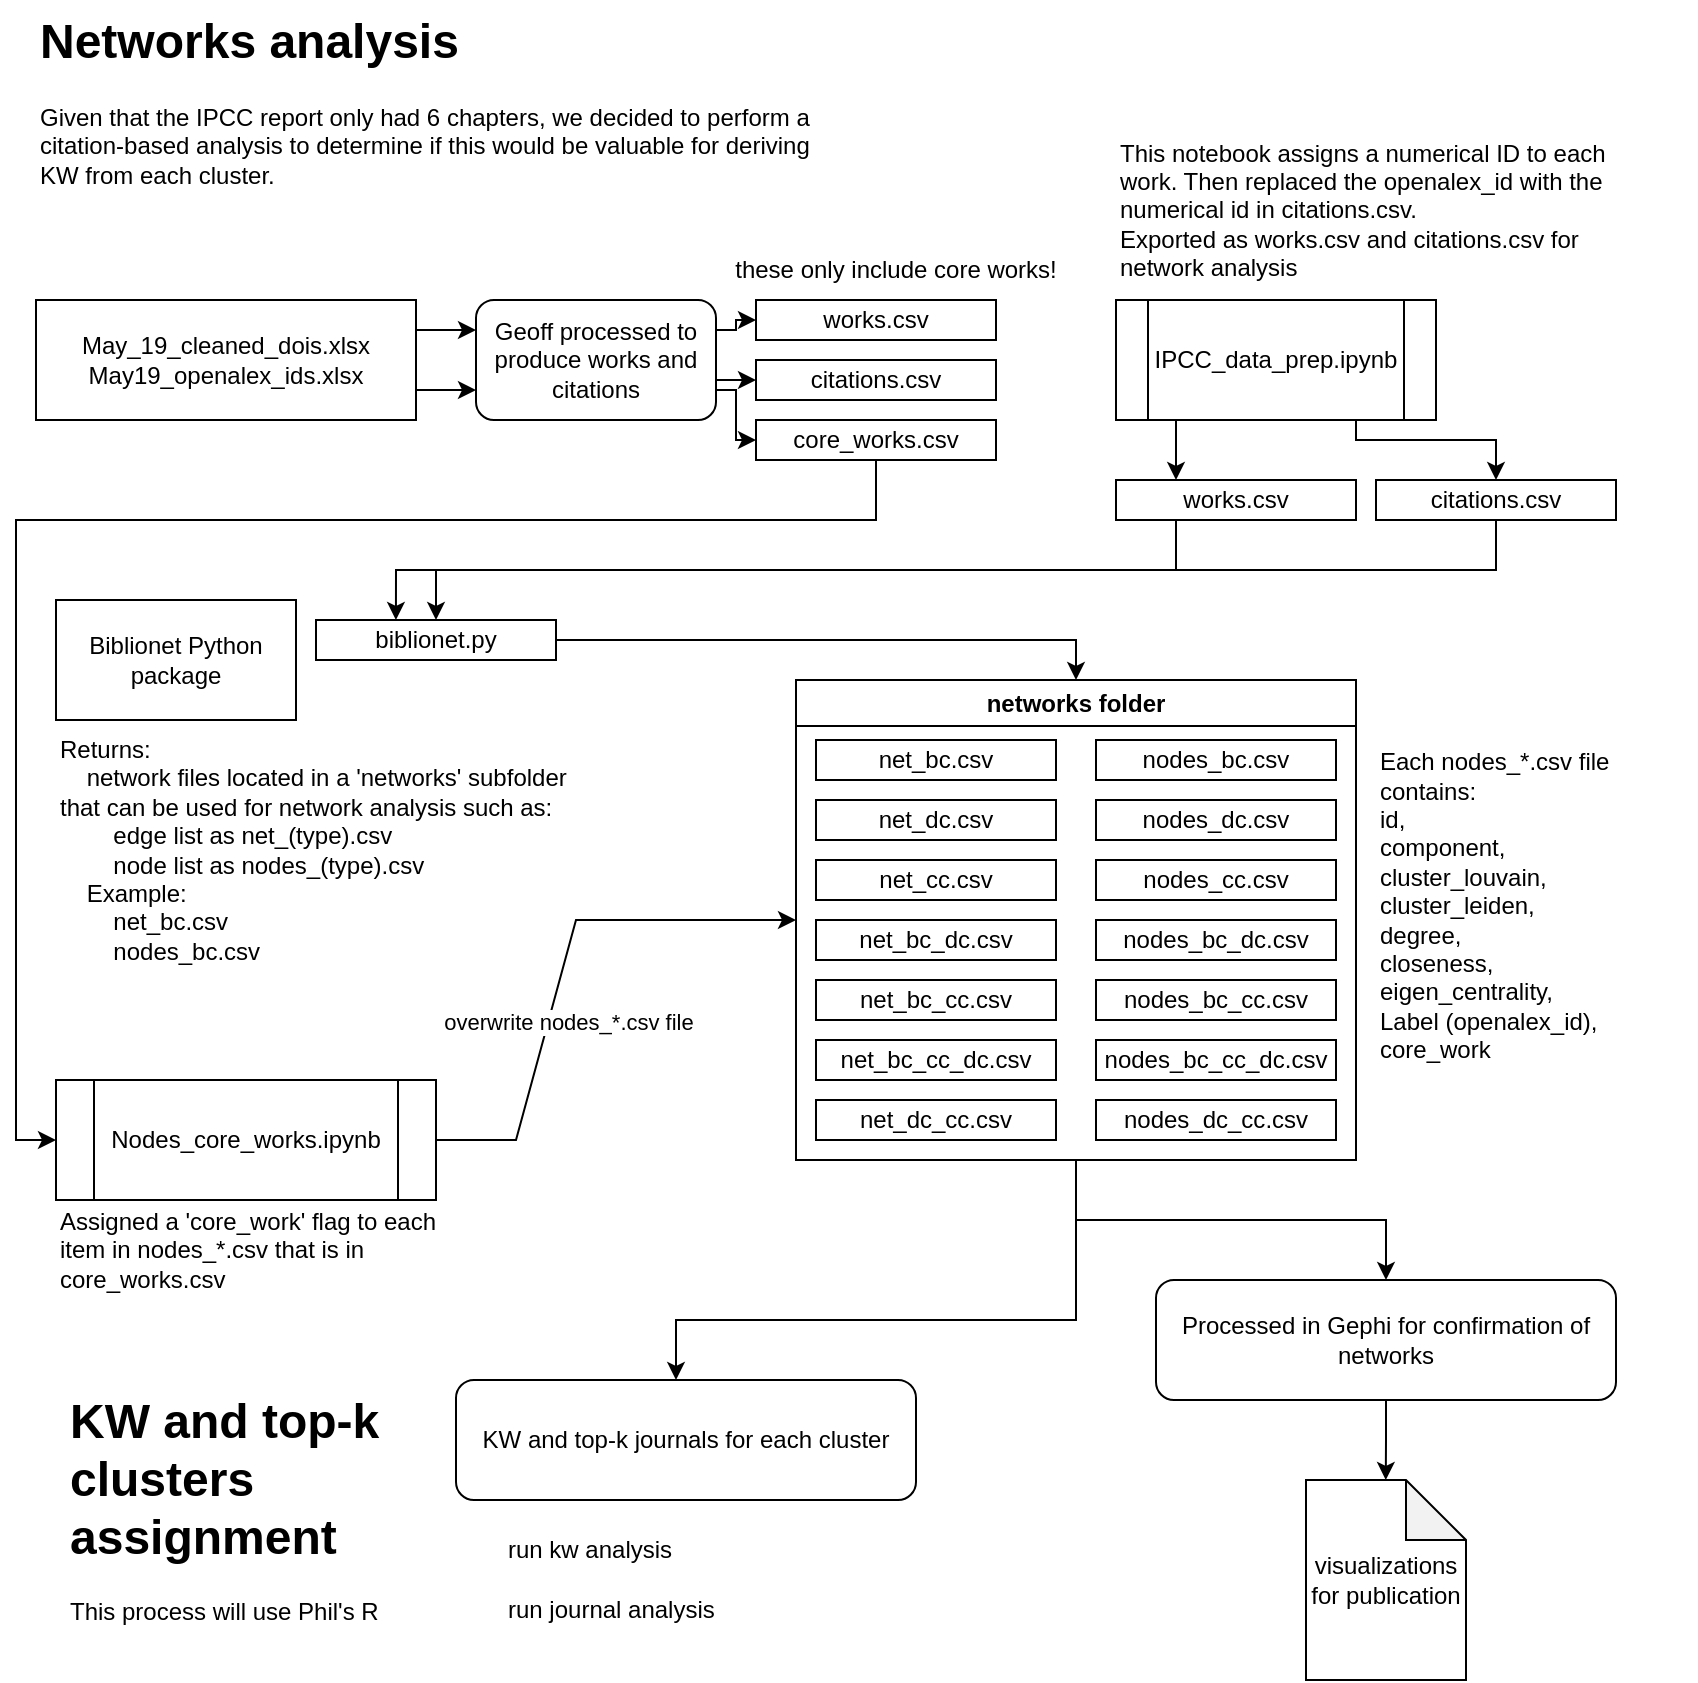
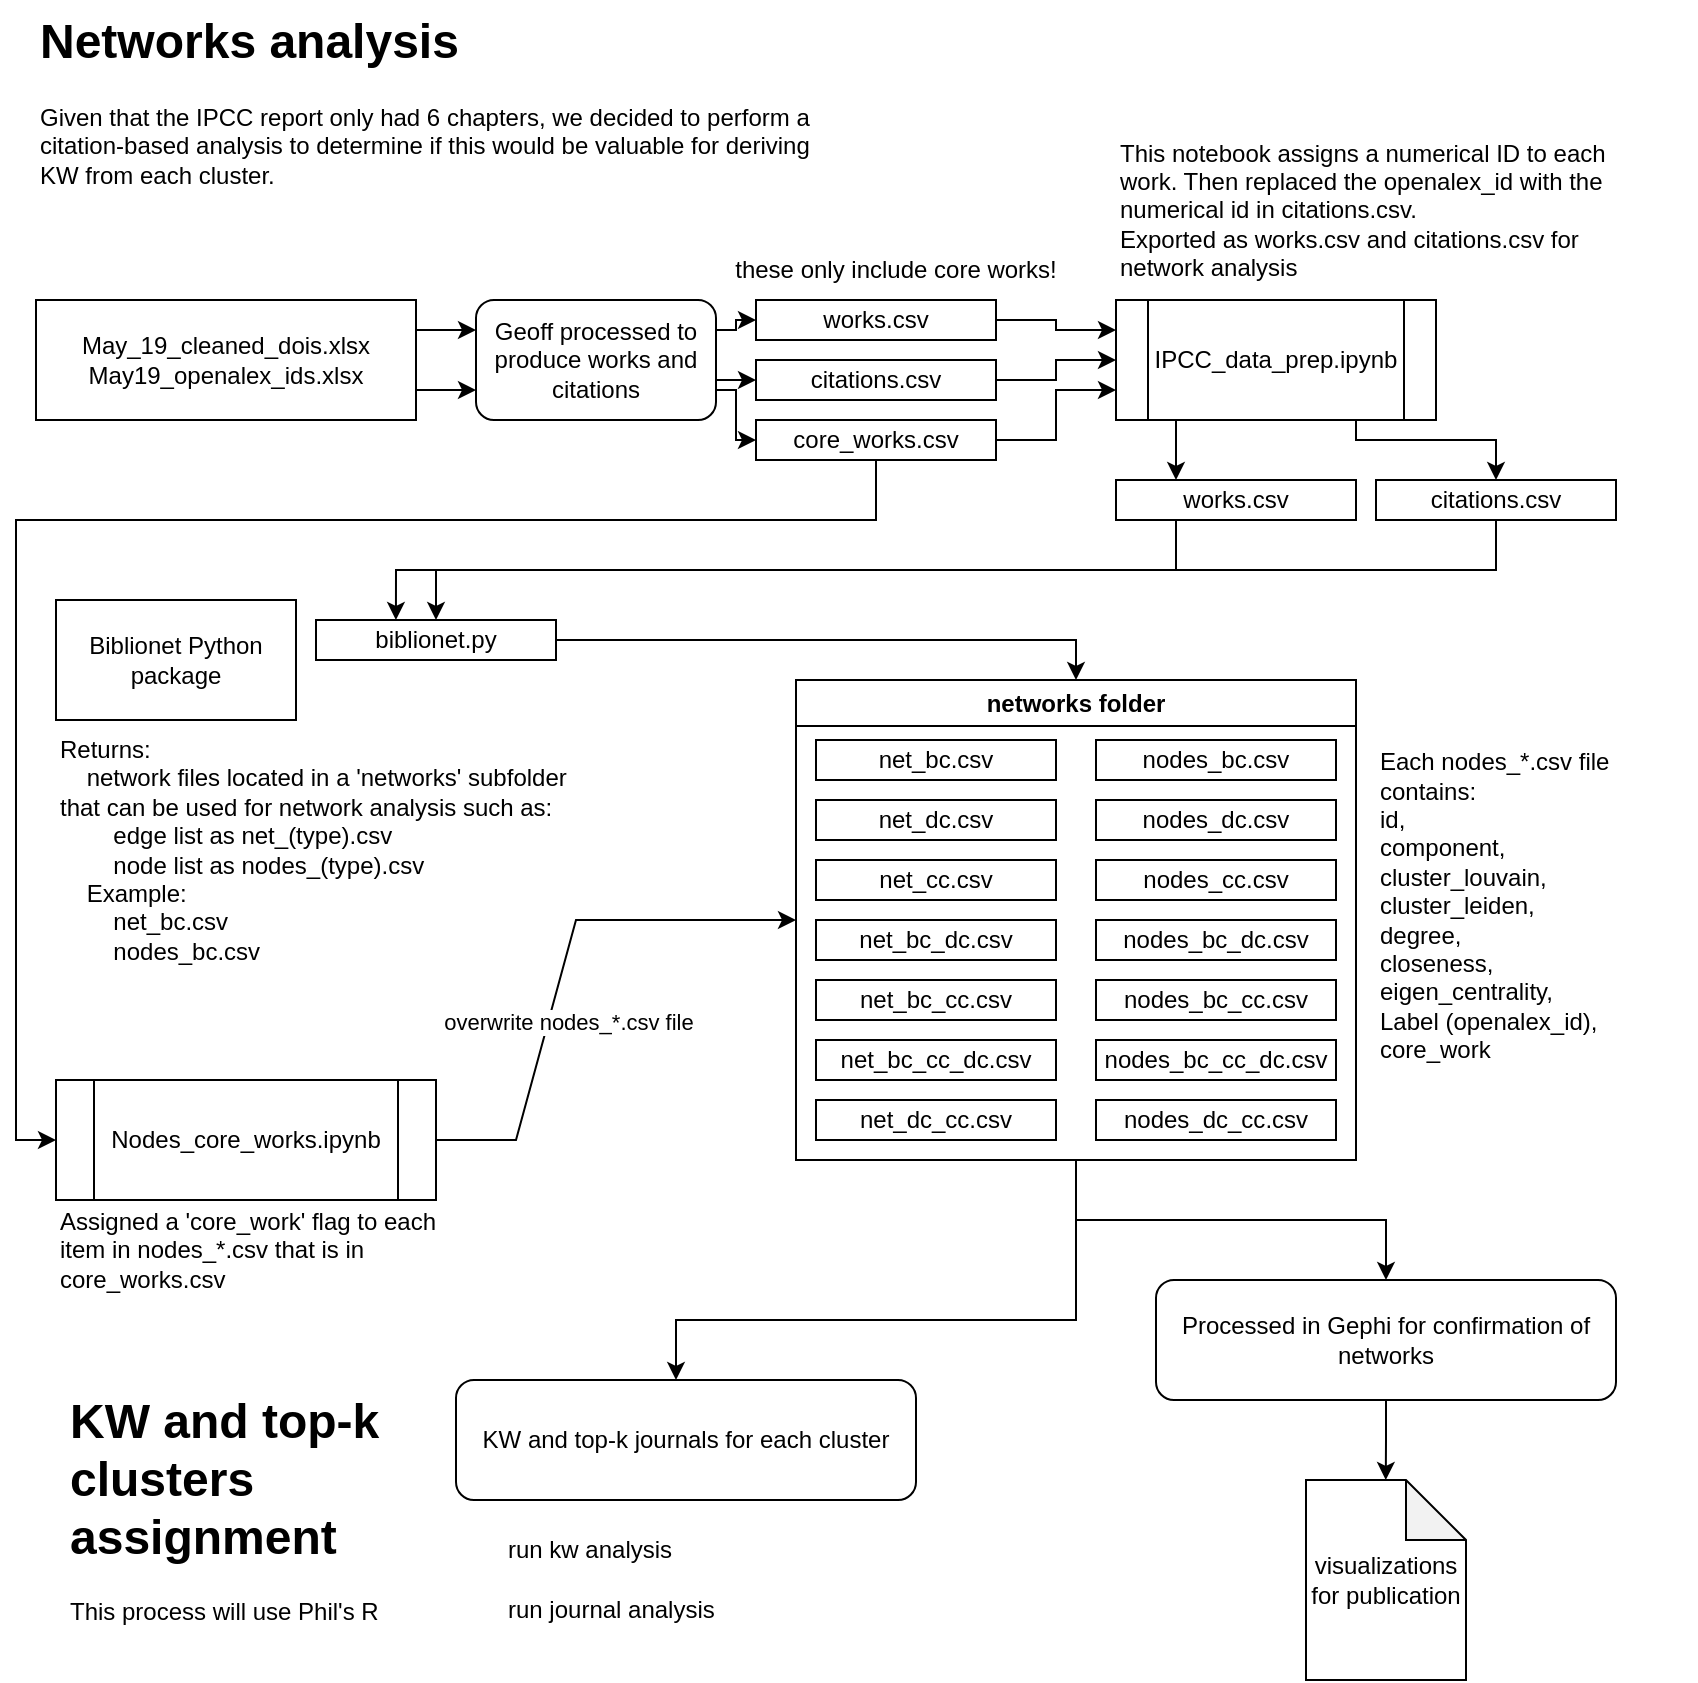
<mxfile host="Electron" agent="Mozilla/5.0 (Macintosh; Intel Mac OS X 10_15_7) AppleWebKit/537.36 (KHTML, like Gecko) draw.io/25.0.2 Chrome/128.0.6613.186 Electron/32.2.5 Safari/537.36" version="25.0.2">
  <diagram name="Page-1" id="7PPhIE9c90dEtfD6eno7">
    <mxGraphModel dx="933" dy="729" grid="1" gridSize="10" guides="1" tooltips="1" connect="1" arrows="1" fold="1" page="1" pageScale="1" pageWidth="850" pageHeight="1100" math="0" shadow="0">
      <root>
        <mxCell id="0" />
        <mxCell id="1" parent="0" />
        <mxCell id="VjWokFepoS9yRtcOV1PZ-1" value="&lt;h1 style=&quot;margin-top: 0px;&quot;&gt;Networks analysis&lt;/h1&gt;&lt;div&gt;Given that the IPCC report only had 6 chapters, we decided to perform a citation-based analysis to determine if this would be valuable for deriving KW from each cluster.&amp;nbsp;&lt;/div&gt;" style="text;html=1;whiteSpace=wrap;overflow=hidden;rounded=0;" parent="1" vertex="1">
          <mxGeometry x="30" y="40" width="390" height="110" as="geometry" />
        </mxCell>
        <mxCell id="VjWokFepoS9yRtcOV1PZ-5" style="edgeStyle=orthogonalEdgeStyle;rounded=0;orthogonalLoop=1;jettySize=auto;html=1;exitX=1;exitY=0.25;exitDx=0;exitDy=0;entryX=0;entryY=0.25;entryDx=0;entryDy=0;" parent="1" source="VjWokFepoS9yRtcOV1PZ-2" target="VjWokFepoS9yRtcOV1PZ-4" edge="1">
          <mxGeometry relative="1" as="geometry" />
        </mxCell>
        <mxCell id="VjWokFepoS9yRtcOV1PZ-2" value="May_19_cleaned_dois.xlsx&lt;div&gt;May19_openalex_ids.xlsx&lt;/div&gt;" style="rounded=0;whiteSpace=wrap;html=1;" parent="1" vertex="1">
          <mxGeometry x="30" y="190" width="190" height="60" as="geometry" />
        </mxCell>
        <mxCell id="VjWokFepoS9yRtcOV1PZ-44" style="edgeStyle=orthogonalEdgeStyle;rounded=0;orthogonalLoop=1;jettySize=auto;html=1;exitX=1;exitY=0.25;exitDx=0;exitDy=0;entryX=0;entryY=0.5;entryDx=0;entryDy=0;" parent="1" source="VjWokFepoS9yRtcOV1PZ-4" target="VjWokFepoS9yRtcOV1PZ-7" edge="1">
          <mxGeometry relative="1" as="geometry">
            <Array as="points">
              <mxPoint x="380" y="205" />
              <mxPoint x="380" y="200" />
            </Array>
          </mxGeometry>
        </mxCell>
        <mxCell id="VjWokFepoS9yRtcOV1PZ-45" style="edgeStyle=orthogonalEdgeStyle;rounded=0;orthogonalLoop=1;jettySize=auto;html=1;exitX=1;exitY=0.5;exitDx=0;exitDy=0;entryX=0;entryY=0.5;entryDx=0;entryDy=0;" parent="1" source="VjWokFepoS9yRtcOV1PZ-4" target="VjWokFepoS9yRtcOV1PZ-14" edge="1">
          <mxGeometry relative="1" as="geometry">
            <Array as="points">
              <mxPoint x="290" y="220" />
              <mxPoint x="290" y="230" />
            </Array>
          </mxGeometry>
        </mxCell>
        <mxCell id="VjWokFepoS9yRtcOV1PZ-46" style="edgeStyle=orthogonalEdgeStyle;rounded=0;orthogonalLoop=1;jettySize=auto;html=1;exitX=1;exitY=0.75;exitDx=0;exitDy=0;entryX=0;entryY=0.5;entryDx=0;entryDy=0;" parent="1" source="VjWokFepoS9yRtcOV1PZ-4" target="VjWokFepoS9yRtcOV1PZ-9" edge="1">
          <mxGeometry relative="1" as="geometry">
            <Array as="points">
              <mxPoint x="380" y="235" />
              <mxPoint x="380" y="260" />
            </Array>
          </mxGeometry>
        </mxCell>
        <mxCell id="VjWokFepoS9yRtcOV1PZ-4" value="Geoff processed to produce works and citations" style="rounded=1;whiteSpace=wrap;html=1;" parent="1" vertex="1">
          <mxGeometry x="250" y="190" width="120" height="60" as="geometry" />
        </mxCell>
        <mxCell id="VjWokFepoS9yRtcOV1PZ-6" style="edgeStyle=orthogonalEdgeStyle;rounded=0;orthogonalLoop=1;jettySize=auto;html=1;exitX=1;exitY=0.75;exitDx=0;exitDy=0;entryX=0;entryY=0.75;entryDx=0;entryDy=0;" parent="1" source="VjWokFepoS9yRtcOV1PZ-2" target="VjWokFepoS9yRtcOV1PZ-4" edge="1">
          <mxGeometry relative="1" as="geometry" />
        </mxCell>
+         <mxCell id="FVwk7S1r--NpnZZFuCae-3" style="edgeStyle=orthogonalEdgeStyle;rounded=0;orthogonalLoop=1;jettySize=auto;html=1;exitX=1;exitY=0.5;exitDx=0;exitDy=0;entryX=0;entryY=0.25;entryDx=0;entryDy=0;" edge="1" parent="1" source="VjWokFepoS9yRtcOV1PZ-7" target="VjWokFepoS9yRtcOV1PZ-11">
+           <mxGeometry relative="1" as="geometry" />
+         </mxCell>
        <mxCell id="VjWokFepoS9yRtcOV1PZ-7" value="works.csv" style="rounded=0;whiteSpace=wrap;html=1;" parent="1" vertex="1">
          <mxGeometry x="390" y="190" width="120" height="20" as="geometry" />
        </mxCell>
        <mxCell id="VjWokFepoS9yRtcOV1PZ-21" style="edgeStyle=orthogonalEdgeStyle;rounded=0;orthogonalLoop=1;jettySize=auto;html=1;exitX=0.5;exitY=1;exitDx=0;exitDy=0;" parent="1" source="VjWokFepoS9yRtcOV1PZ-8" target="VjWokFepoS9yRtcOV1PZ-19" edge="1">
          <mxGeometry relative="1" as="geometry" />
        </mxCell>
        <mxCell id="VjWokFepoS9yRtcOV1PZ-8" value="citations.csv" style="rounded=0;whiteSpace=wrap;html=1;" parent="1" vertex="1">
          <mxGeometry x="700" y="280" width="120" height="20" as="geometry" />
        </mxCell>
        <mxCell id="VjWokFepoS9yRtcOV1PZ-43" style="edgeStyle=orthogonalEdgeStyle;rounded=0;orthogonalLoop=1;jettySize=auto;html=1;exitX=0.5;exitY=1;exitDx=0;exitDy=0;entryX=0;entryY=0.5;entryDx=0;entryDy=0;" parent="1" source="VjWokFepoS9yRtcOV1PZ-9" target="VjWokFepoS9yRtcOV1PZ-41" edge="1">
          <mxGeometry relative="1" as="geometry">
            <Array as="points">
              <mxPoint x="450" y="300" />
              <mxPoint x="20" y="300" />
              <mxPoint x="20" y="610" />
            </Array>
          </mxGeometry>
        </mxCell>
+         <mxCell id="FVwk7S1r--NpnZZFuCae-1" style="edgeStyle=orthogonalEdgeStyle;rounded=0;orthogonalLoop=1;jettySize=auto;html=1;exitX=1;exitY=0.5;exitDx=0;exitDy=0;entryX=0;entryY=0.75;entryDx=0;entryDy=0;" edge="1" parent="1" source="VjWokFepoS9yRtcOV1PZ-9" target="VjWokFepoS9yRtcOV1PZ-11">
+           <mxGeometry relative="1" as="geometry" />
+         </mxCell>
        <mxCell id="VjWokFepoS9yRtcOV1PZ-9" value="core_works.csv" style="rounded=0;whiteSpace=wrap;html=1;" parent="1" vertex="1">
          <mxGeometry x="390" y="250" width="120" height="20" as="geometry" />
        </mxCell>
        <mxCell id="VjWokFepoS9yRtcOV1PZ-10" value="these only include core works!" style="text;html=1;align=center;verticalAlign=middle;whiteSpace=wrap;rounded=0;" parent="1" vertex="1">
          <mxGeometry x="370" y="160" width="180" height="30" as="geometry" />
        </mxCell>
        <mxCell id="VjWokFepoS9yRtcOV1PZ-16" style="edgeStyle=orthogonalEdgeStyle;rounded=0;orthogonalLoop=1;jettySize=auto;html=1;exitX=0.25;exitY=1;exitDx=0;exitDy=0;entryX=0.25;entryY=0;entryDx=0;entryDy=0;" parent="1" source="VjWokFepoS9yRtcOV1PZ-11" target="VjWokFepoS9yRtcOV1PZ-13" edge="1">
          <mxGeometry relative="1" as="geometry" />
        </mxCell>
        <mxCell id="VjWokFepoS9yRtcOV1PZ-17" style="edgeStyle=orthogonalEdgeStyle;rounded=0;orthogonalLoop=1;jettySize=auto;html=1;exitX=0.75;exitY=1;exitDx=0;exitDy=0;entryX=0.5;entryY=0;entryDx=0;entryDy=0;" parent="1" source="VjWokFepoS9yRtcOV1PZ-11" target="VjWokFepoS9yRtcOV1PZ-8" edge="1">
          <mxGeometry relative="1" as="geometry">
            <Array as="points">
              <mxPoint x="690" y="260" />
              <mxPoint x="760" y="260" />
            </Array>
          </mxGeometry>
        </mxCell>
        <mxCell id="VjWokFepoS9yRtcOV1PZ-11" value="IPCC_data_prep.ipynb" style="shape=process;whiteSpace=wrap;html=1;backgroundOutline=1;" parent="1" vertex="1">
          <mxGeometry x="570" y="190" width="160" height="60" as="geometry" />
        </mxCell>
        <mxCell id="VjWokFepoS9yRtcOV1PZ-12" value="This notebook assigns a numerical ID to each work. Then replaced the openalex_id with the numerical id in citations.csv.&amp;nbsp;&amp;nbsp;&lt;div&gt;Exported as works.csv and citations.csv for network analysis&lt;/div&gt;" style="text;html=1;align=left;verticalAlign=middle;whiteSpace=wrap;rounded=0;" parent="1" vertex="1">
          <mxGeometry x="570" y="130" width="270" height="30" as="geometry" />
        </mxCell>
        <mxCell id="VjWokFepoS9yRtcOV1PZ-13" value="works.csv" style="rounded=0;whiteSpace=wrap;html=1;" parent="1" vertex="1">
          <mxGeometry x="570" y="280" width="120" height="20" as="geometry" />
+         </mxCell>
+         <mxCell id="FVwk7S1r--NpnZZFuCae-2" style="edgeStyle=orthogonalEdgeStyle;rounded=0;orthogonalLoop=1;jettySize=auto;html=1;exitX=1;exitY=0.5;exitDx=0;exitDy=0;entryX=0;entryY=0.5;entryDx=0;entryDy=0;" edge="1" parent="1" source="VjWokFepoS9yRtcOV1PZ-14" target="VjWokFepoS9yRtcOV1PZ-11">
+           <mxGeometry relative="1" as="geometry" />
        </mxCell>
        <mxCell id="VjWokFepoS9yRtcOV1PZ-14" value="citations.csv" style="rounded=0;whiteSpace=wrap;html=1;" parent="1" vertex="1">
          <mxGeometry x="390" y="220" width="120" height="20" as="geometry" />
        </mxCell>
        <mxCell id="VjWokFepoS9yRtcOV1PZ-18" value="Biblionet Python package" style="rounded=0;whiteSpace=wrap;html=1;" parent="1" vertex="1">
          <mxGeometry x="40" y="340" width="120" height="60" as="geometry" />
        </mxCell>
        <mxCell id="VjWokFepoS9yRtcOV1PZ-40" style="edgeStyle=orthogonalEdgeStyle;rounded=0;orthogonalLoop=1;jettySize=auto;html=1;exitX=1;exitY=0.5;exitDx=0;exitDy=0;entryX=0.5;entryY=0;entryDx=0;entryDy=0;" parent="1" source="VjWokFepoS9yRtcOV1PZ-19" target="VjWokFepoS9yRtcOV1PZ-24" edge="1">
          <mxGeometry relative="1" as="geometry" />
        </mxCell>
        <mxCell id="VjWokFepoS9yRtcOV1PZ-19" value="biblionet.py" style="rounded=0;whiteSpace=wrap;html=1;" parent="1" vertex="1">
          <mxGeometry x="170" y="350" width="120" height="20" as="geometry" />
        </mxCell>
        <mxCell id="VjWokFepoS9yRtcOV1PZ-20" style="edgeStyle=orthogonalEdgeStyle;rounded=0;orthogonalLoop=1;jettySize=auto;html=1;exitX=0.25;exitY=1;exitDx=0;exitDy=0;entryX=0.333;entryY=0;entryDx=0;entryDy=0;entryPerimeter=0;" parent="1" source="VjWokFepoS9yRtcOV1PZ-13" target="VjWokFepoS9yRtcOV1PZ-19" edge="1">
          <mxGeometry relative="1" as="geometry" />
        </mxCell>
        <mxCell id="VjWokFepoS9yRtcOV1PZ-22" value="&lt;div&gt;Returns:&lt;/div&gt;&lt;div&gt;&amp;nbsp; &amp;nbsp; network files located in a &#39;networks&#39; subfolder that can be used for network analysis such as:&lt;/div&gt;&lt;div&gt;&amp;nbsp; &amp;nbsp; &amp;nbsp; &amp;nbsp; edge list as net_(type).csv&lt;/div&gt;&lt;div&gt;&amp;nbsp; &amp;nbsp; &amp;nbsp; &amp;nbsp; node list as nodes_(type).csv&lt;/div&gt;&lt;div&gt;&amp;nbsp; &amp;nbsp; Example:&lt;/div&gt;&lt;div&gt;&amp;nbsp; &amp;nbsp; &amp;nbsp; &amp;nbsp; net_bc.csv&lt;/div&gt;&lt;div&gt;&amp;nbsp; &amp;nbsp; &amp;nbsp; &amp;nbsp; nodes_bc.csv&lt;/div&gt;" style="text;html=1;align=left;verticalAlign=middle;whiteSpace=wrap;rounded=0;" parent="1" vertex="1">
          <mxGeometry x="40" y="450" width="260" height="30" as="geometry" />
        </mxCell>
        <mxCell id="VjWokFepoS9yRtcOV1PZ-53" style="edgeStyle=orthogonalEdgeStyle;rounded=0;orthogonalLoop=1;jettySize=auto;html=1;exitX=0.5;exitY=1;exitDx=0;exitDy=0;entryX=0.5;entryY=0;entryDx=0;entryDy=0;" parent="1" source="VjWokFepoS9yRtcOV1PZ-24" target="VjWokFepoS9yRtcOV1PZ-52" edge="1">
          <mxGeometry relative="1" as="geometry" />
        </mxCell>
        <mxCell id="VjWokFepoS9yRtcOV1PZ-55" style="edgeStyle=orthogonalEdgeStyle;rounded=0;orthogonalLoop=1;jettySize=auto;html=1;exitX=0.5;exitY=1;exitDx=0;exitDy=0;" parent="1" source="VjWokFepoS9yRtcOV1PZ-24" target="VjWokFepoS9yRtcOV1PZ-54" edge="1">
          <mxGeometry relative="1" as="geometry">
            <Array as="points">
              <mxPoint x="550" y="700" />
              <mxPoint x="350" y="700" />
            </Array>
          </mxGeometry>
        </mxCell>
        <mxCell id="VjWokFepoS9yRtcOV1PZ-24" value="networks folder" style="swimlane;whiteSpace=wrap;html=1;" parent="1" vertex="1">
          <mxGeometry x="410" y="380" width="280" height="240" as="geometry">
            <mxRectangle x="440" y="340" width="120" height="30" as="alternateBounds" />
          </mxGeometry>
        </mxCell>
        <mxCell id="VjWokFepoS9yRtcOV1PZ-26" value="net_bc.csv" style="rounded=0;whiteSpace=wrap;html=1;" parent="VjWokFepoS9yRtcOV1PZ-24" vertex="1">
          <mxGeometry x="10" y="30" width="120" height="20" as="geometry" />
        </mxCell>
        <mxCell id="VjWokFepoS9yRtcOV1PZ-27" value="net_dc.csv" style="rounded=0;whiteSpace=wrap;html=1;" parent="VjWokFepoS9yRtcOV1PZ-24" vertex="1">
          <mxGeometry x="10" y="60" width="120" height="20" as="geometry" />
        </mxCell>
        <mxCell id="VjWokFepoS9yRtcOV1PZ-28" value="net_cc.csv" style="rounded=0;whiteSpace=wrap;html=1;" parent="VjWokFepoS9yRtcOV1PZ-24" vertex="1">
          <mxGeometry x="10" y="90" width="120" height="20" as="geometry" />
        </mxCell>
        <mxCell id="VjWokFepoS9yRtcOV1PZ-29" value="net_bc_dc.csv" style="rounded=0;whiteSpace=wrap;html=1;" parent="VjWokFepoS9yRtcOV1PZ-24" vertex="1">
          <mxGeometry x="10" y="120" width="120" height="20" as="geometry" />
        </mxCell>
        <mxCell id="VjWokFepoS9yRtcOV1PZ-30" value="net_bc_cc.csv" style="rounded=0;whiteSpace=wrap;html=1;" parent="VjWokFepoS9yRtcOV1PZ-24" vertex="1">
          <mxGeometry x="10" y="150" width="120" height="20" as="geometry" />
        </mxCell>
        <mxCell id="VjWokFepoS9yRtcOV1PZ-31" value="net_bc_cc_dc&lt;span style=&quot;background-color: initial;&quot;&gt;.csv&lt;/span&gt;" style="rounded=0;whiteSpace=wrap;html=1;" parent="VjWokFepoS9yRtcOV1PZ-24" vertex="1">
          <mxGeometry x="10" y="180" width="120" height="20" as="geometry" />
        </mxCell>
        <mxCell id="VjWokFepoS9yRtcOV1PZ-32" value="net_dc_cc&lt;span style=&quot;background-color: initial;&quot;&gt;.csv&lt;/span&gt;" style="rounded=0;whiteSpace=wrap;html=1;" parent="VjWokFepoS9yRtcOV1PZ-24" vertex="1">
          <mxGeometry x="10" y="210" width="120" height="20" as="geometry" />
        </mxCell>
        <mxCell id="VjWokFepoS9yRtcOV1PZ-33" value="nodes_bc.csv" style="rounded=0;whiteSpace=wrap;html=1;" parent="VjWokFepoS9yRtcOV1PZ-24" vertex="1">
          <mxGeometry x="150" y="30" width="120" height="20" as="geometry" />
        </mxCell>
        <mxCell id="VjWokFepoS9yRtcOV1PZ-34" value="nodes_dc.csv" style="rounded=0;whiteSpace=wrap;html=1;" parent="VjWokFepoS9yRtcOV1PZ-24" vertex="1">
          <mxGeometry x="150" y="60" width="120" height="20" as="geometry" />
        </mxCell>
        <mxCell id="VjWokFepoS9yRtcOV1PZ-35" value="nodes_cc.csv" style="rounded=0;whiteSpace=wrap;html=1;" parent="VjWokFepoS9yRtcOV1PZ-24" vertex="1">
          <mxGeometry x="150" y="90" width="120" height="20" as="geometry" />
        </mxCell>
        <mxCell id="VjWokFepoS9yRtcOV1PZ-36" value="nodes_bc_dc.csv" style="rounded=0;whiteSpace=wrap;html=1;" parent="VjWokFepoS9yRtcOV1PZ-24" vertex="1">
          <mxGeometry x="150" y="120" width="120" height="20" as="geometry" />
        </mxCell>
        <mxCell id="VjWokFepoS9yRtcOV1PZ-37" value="nodes_bc_cc.csv" style="rounded=0;whiteSpace=wrap;html=1;" parent="VjWokFepoS9yRtcOV1PZ-24" vertex="1">
          <mxGeometry x="150" y="150" width="120" height="20" as="geometry" />
        </mxCell>
        <mxCell id="VjWokFepoS9yRtcOV1PZ-38" value="nodes_bc_cc_dc&lt;span style=&quot;background-color: initial;&quot;&gt;.csv&lt;/span&gt;" style="rounded=0;whiteSpace=wrap;html=1;" parent="VjWokFepoS9yRtcOV1PZ-24" vertex="1">
          <mxGeometry x="150" y="180" width="120" height="20" as="geometry" />
        </mxCell>
        <mxCell id="VjWokFepoS9yRtcOV1PZ-39" value="nodes_dc_cc&lt;span style=&quot;background-color: initial;&quot;&gt;.csv&lt;/span&gt;" style="rounded=0;whiteSpace=wrap;html=1;" parent="VjWokFepoS9yRtcOV1PZ-24" vertex="1">
          <mxGeometry x="150" y="210" width="120" height="20" as="geometry" />
        </mxCell>
        <mxCell id="VjWokFepoS9yRtcOV1PZ-41" value="Nodes_core_works.ipynb" style="shape=process;whiteSpace=wrap;html=1;backgroundOutline=1;" parent="1" vertex="1">
          <mxGeometry x="40" y="580" width="190" height="60" as="geometry" />
        </mxCell>
        <mxCell id="VjWokFepoS9yRtcOV1PZ-42" value="Assigned a &#39;core_work&#39; flag to each item in nodes_*.csv that is in core_works.csv" style="text;html=1;align=left;verticalAlign=middle;whiteSpace=wrap;rounded=0;" parent="1" vertex="1">
          <mxGeometry x="40" y="650" width="200" height="30" as="geometry" />
        </mxCell>
        <mxCell id="VjWokFepoS9yRtcOV1PZ-50" value="Each nodes_*.csv file contains:&lt;div&gt;id,&lt;/div&gt;&lt;div&gt;component,&lt;/div&gt;&lt;div&gt;cluster_louvain,&lt;/div&gt;&lt;div&gt;cluster_leiden,&lt;/div&gt;&lt;div&gt;degree,&lt;/div&gt;&lt;div&gt;closeness,&lt;/div&gt;&lt;div&gt;eigen_centrality,&lt;/div&gt;&lt;div&gt;Label (openalex_id),&lt;/div&gt;&lt;div&gt;core_work&lt;br&gt;&lt;div&gt;&lt;br&gt;&lt;/div&gt;&lt;/div&gt;" style="text;html=1;align=left;verticalAlign=middle;whiteSpace=wrap;rounded=0;" parent="1" vertex="1">
          <mxGeometry x="700" y="410" width="160" height="180" as="geometry" />
        </mxCell>
        <mxCell id="VjWokFepoS9yRtcOV1PZ-64" style="edgeStyle=orthogonalEdgeStyle;rounded=0;orthogonalLoop=1;jettySize=auto;html=1;exitX=0.5;exitY=1;exitDx=0;exitDy=0;" parent="1" source="VjWokFepoS9yRtcOV1PZ-52" edge="1">
          <mxGeometry relative="1" as="geometry">
            <mxPoint x="704.8888888888889" y="780" as="targetPoint" />
          </mxGeometry>
        </mxCell>
        <mxCell id="VjWokFepoS9yRtcOV1PZ-52" value="Processed in Gephi for confirmation of networks" style="rounded=1;whiteSpace=wrap;html=1;" parent="1" vertex="1">
          <mxGeometry x="590" y="680" width="230" height="60" as="geometry" />
        </mxCell>
        <mxCell id="VjWokFepoS9yRtcOV1PZ-54" value="KW and top-k journals for each cluster" style="rounded=1;whiteSpace=wrap;html=1;" parent="1" vertex="1">
          <mxGeometry x="240" y="730" width="230" height="60" as="geometry" />
        </mxCell>
        <mxCell id="VjWokFepoS9yRtcOV1PZ-56" value="&lt;h1 style=&quot;margin-top: 0px;&quot;&gt;KW and top-k clusters assignment&lt;/h1&gt;&lt;div&gt;This process will use Phil&#39;s R code to find the top-n keywords and top-k journals for each cluster&lt;/div&gt;" style="text;html=1;whiteSpace=wrap;overflow=hidden;rounded=0;" parent="1" vertex="1">
          <mxGeometry x="45" y="730" width="180" height="120" as="geometry" />
        </mxCell>
        <mxCell id="VjWokFepoS9yRtcOV1PZ-57" value="run kw analysis" style="text;strokeColor=none;fillColor=none;align=left;verticalAlign=middle;spacingLeft=4;spacingRight=4;overflow=hidden;points=[[0,0.5],[1,0.5]];portConstraint=eastwest;rotatable=0;whiteSpace=wrap;html=1;" parent="1" vertex="1">
          <mxGeometry x="260" y="800" width="140" height="30" as="geometry" />
        </mxCell>
        <mxCell id="VjWokFepoS9yRtcOV1PZ-58" value="run journal analysis" style="text;strokeColor=none;fillColor=none;align=left;verticalAlign=middle;spacingLeft=4;spacingRight=4;overflow=hidden;points=[[0,0.5],[1,0.5]];portConstraint=eastwest;rotatable=0;whiteSpace=wrap;html=1;" parent="1" vertex="1">
          <mxGeometry x="260" y="830" width="140" height="30" as="geometry" />
        </mxCell>
        <mxCell id="VjWokFepoS9yRtcOV1PZ-61" value="" style="endArrow=classic;html=1;rounded=0;exitX=1;exitY=0.5;exitDx=0;exitDy=0;entryX=0;entryY=0.5;entryDx=0;entryDy=0;" parent="1" source="VjWokFepoS9yRtcOV1PZ-41" target="VjWokFepoS9yRtcOV1PZ-24" edge="1">
          <mxGeometry relative="1" as="geometry">
            <mxPoint x="370" y="650" as="sourcePoint" />
            <mxPoint x="470" y="650" as="targetPoint" />
            <Array as="points">
              <mxPoint x="270" y="610" />
              <mxPoint x="300" y="500" />
            </Array>
          </mxGeometry>
        </mxCell>
        <mxCell id="VjWokFepoS9yRtcOV1PZ-63" value="overwrite nodes_*.csv file" style="edgeLabel;html=1;align=center;verticalAlign=middle;resizable=0;points=[];" parent="VjWokFepoS9yRtcOV1PZ-61" vertex="1" connectable="0">
          <mxGeometry x="0.0065" y="-2" relative="1" as="geometry">
            <mxPoint x="-1" y="30" as="offset" />
          </mxGeometry>
        </mxCell>
        <mxCell id="VjWokFepoS9yRtcOV1PZ-65" value="visualizations for publication" style="shape=note;whiteSpace=wrap;html=1;backgroundOutline=1;darkOpacity=0.05;" parent="1" vertex="1">
          <mxGeometry x="665" y="780" width="80" height="100" as="geometry" />
        </mxCell>
      </root>
    </mxGraphModel>
  </diagram>
</mxfile>
